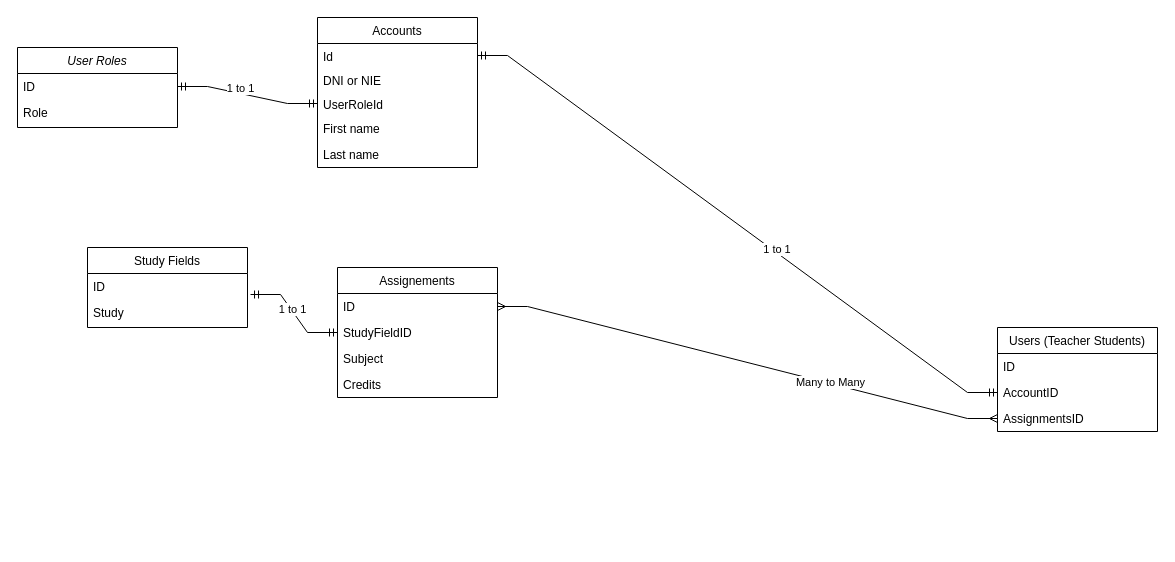
MP-Anselin/UniversityDatabaseApp_java keeps this draw.io diagram as page "Database Class Diagram" (5 of 5) of documents/University Database Application Diagrams.drawio. Above is the earlier version. Source tidied: cells renumbered, new cells numbered last; positions are measured from the earlier drawing's top-left corner, leaving out a move shared by most shapes. Both pictures are drawn from the tidied source at 100%, with x=0, y=0 at pixel (17, 17).
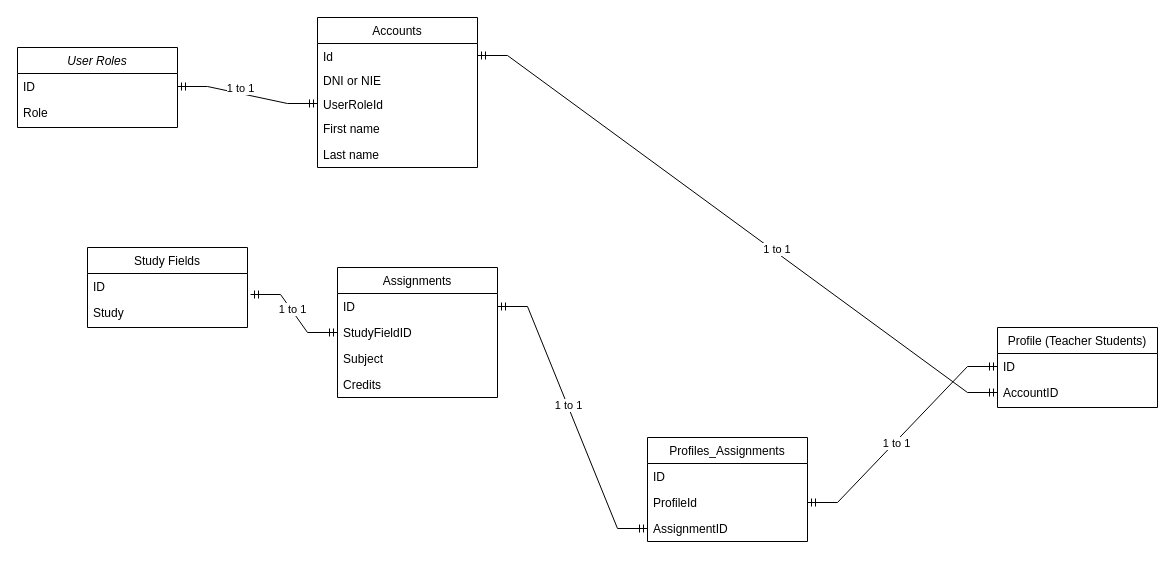
After the change.

The change refers to these unchanged cells:
```xml
<mxCell id="6" value="ID" style="text;align=left;verticalAlign=top;spacingLeft=4;spacingRight=4;overflow=hidden;points=[[0,0.5],[1,0.5]];portConstraint=eastwest;" parent="5" vertex="1">
  <mxGeometry y="26" width="160" height="26" as="geometry" />
</mxCell>
<mxCell id="28" value="ID" style="text;align=left;verticalAlign=top;spacingLeft=4;spacingRight=4;overflow=hidden;points=[[0,0.5],[1,0.5]];portConstraint=eastwest;" parent="27" vertex="1">
  <mxGeometry y="26" width="160" height="26" as="geometry" />
</mxCell>
```

Diff of the diagram source:
```diff
@@
-    <mxCell id="5" value="Assignements" style="swimlane;fontStyle=0;align=center;verticalAlign=top;horizontal=1;startSize=26;rounded=0;shadow=0;strokeWidth=1;" parent="1" vertex="1">
+    <mxCell id="5" value="Assignments" style="swimlane;fontStyle=0;align=center;verticalAlign=top;horizontal=1;startSize=26;rounded=0;shadow=0;strokeWidth=1;" parent="1" vertex="1">
       <mxGeometry x="320" y="250" width="160" height="130" as="geometry" />
     </mxCell>
@@
-    <mxCell id="25" style="edgeStyle=entityRelationEdgeStyle;fontSize=12;html=1;endArrow=ERmany;startArrow=ERmany;rounded=0;entryX=0;entryY=0.5;entryDx=0;entryDy=0;exitX=1;exitY=0.5;exitDx=0;exitDy=0;" parent="1" edge="1" source="6" target="30">
-      <mxGeometry relative="1" as="geometry" />
-    </mxCell>
-    <mxCell id="26" value="Many to Many" style="edgeLabel;html=1;align=center;verticalAlign=middle;" parent="25" vertex="1">
-      <mxGeometry x="0.33" y="2" relative="1" as="geometry" />
-    </mxCell>
-    <mxCell id="27" value="Users (Teacher Students)" style="swimlane;fontStyle=0;align=center;verticalAlign=top;horizontal=1;startSize=26;rounded=0;shadow=0;strokeWidth=1;" parent="1" vertex="1">
-      <mxGeometry x="980" y="310" width="160" height="104" as="geometry" />
+    <mxCell id="27" value="Profile (Teacher Students)" style="swimlane;fontStyle=0;align=center;verticalAlign=top;horizontal=1;startSize=26;rounded=0;shadow=0;strokeWidth=1;" parent="1" vertex="1">
+      <mxGeometry x="980" y="310" width="160" height="80" as="geometry" />
     </mxCell>
@@
-    <mxCell id="30" value="AssignmentsID" style="text;align=left;verticalAlign=top;spacingLeft=4;spacingRight=4;overflow=hidden;points=[[0,0.5],[1,0.5]];portConstraint=eastwest;" parent="27" vertex="1">
-      <mxGeometry y="78" width="160" height="26" as="geometry" />
-    </mxCell>
+    <mxCell id="31" value="Profiles_Assignments" style="swimlane;fontStyle=0;align=center;verticalAlign=top;horizontal=1;startSize=26;rounded=0;shadow=0;strokeWidth=1;" parent="1" vertex="1">
+      <mxGeometry x="630" y="420" width="160" height="104" as="geometry" />
+    </mxCell>
+    <mxCell id="32" value="ID" style="text;align=left;verticalAlign=top;spacingLeft=4;spacingRight=4;overflow=hidden;" parent="31" vertex="1">
+      <mxGeometry y="26" width="160" height="26" as="geometry" />
+    </mxCell>
+    <mxCell id="33" value="ProfileId" style="text;align=left;verticalAlign=top;spacingLeft=4;spacingRight=4;overflow=hidden;points=[[0,0.5],[1,0.5]];portConstraint=eastwest;rounded=0;shadow=0;html=0;" parent="31" vertex="1">
+      <mxGeometry y="52" width="160" height="26" as="geometry" />
+    </mxCell>
+    <mxCell id="34" value="AssignmentID" style="text;align=left;verticalAlign=top;spacingLeft=4;spacingRight=4;overflow=hidden;points=[[0,0.5],[1,0.5]];portConstraint=eastwest;rounded=0;shadow=0;html=0;" parent="31" vertex="1">
+      <mxGeometry y="78" width="160" height="26" as="geometry" />
+    </mxCell>
+    <mxCell id="35" style="edgeStyle=entityRelationEdgeStyle;fontSize=12;html=1;endArrow=ERmandOne;startArrow=ERmandOne;rounded=0;entryX=0;entryY=0.5;entryDx=0;entryDy=0;" parent="1" edge="1" source="6" target="34">
+      <mxGeometry relative="1" as="geometry" />
+    </mxCell>
+    <mxCell id="36" value="1 to 1" style="edgeLabel;html=1;align=center;verticalAlign=middle;" parent="35" vertex="1">
+      <mxGeometry x="-0.09" relative="1" as="geometry">
+        <mxPoint x="1" as="offset" />
+      </mxGeometry>
+    </mxCell>
+    <mxCell id="37" style="edgeStyle=entityRelationEdgeStyle;fontSize=12;html=1;endArrow=ERmandOne;startArrow=ERmandOne;rounded=0;exitX=1;exitY=0.5;exitDx=0;exitDy=0;entryX=0;entryY=0.5;entryDx=0;entryDy=0;" parent="1" edge="1" source="33" target="28">
+      <mxGeometry relative="1" as="geometry" />
+    </mxCell>
+    <mxCell id="38" value="1 to 1" style="edgeLabel;html=1;align=center;verticalAlign=middle;" parent="37" vertex="1">
+      <mxGeometry x="-0.09" relative="1" as="geometry">
+        <mxPoint x="1" as="offset" />
+      </mxGeometry>
+    </mxCell>
```
